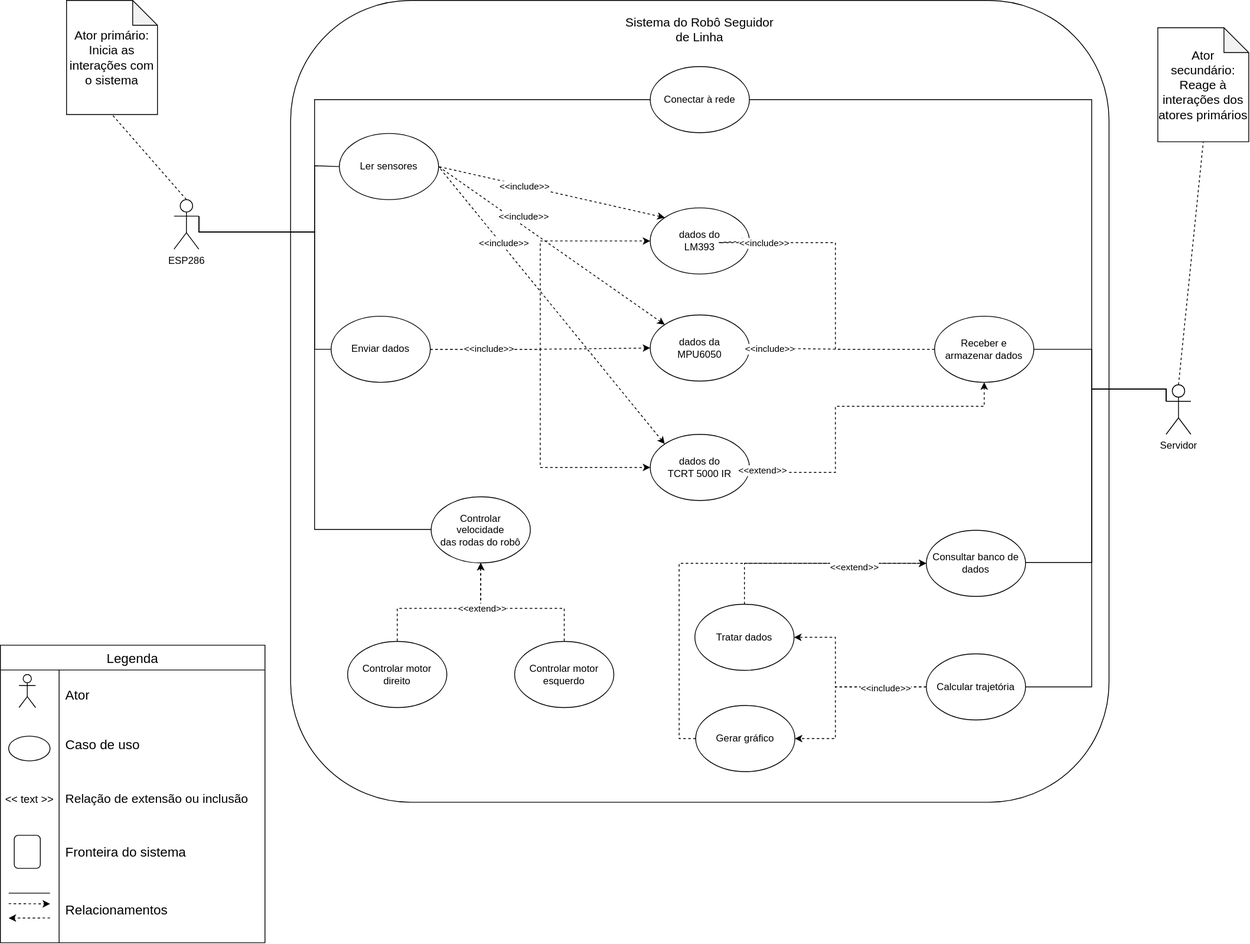
Above: assets/PI1 - Use Cases.drawio.svg in MMcLovin/PI1-2024.1 (draw.io), before the change. Source tidied: cells renumbered, new cells last; positions are measured from the earlier drawing's top-left corner, leaving out a move shared by most shapes.
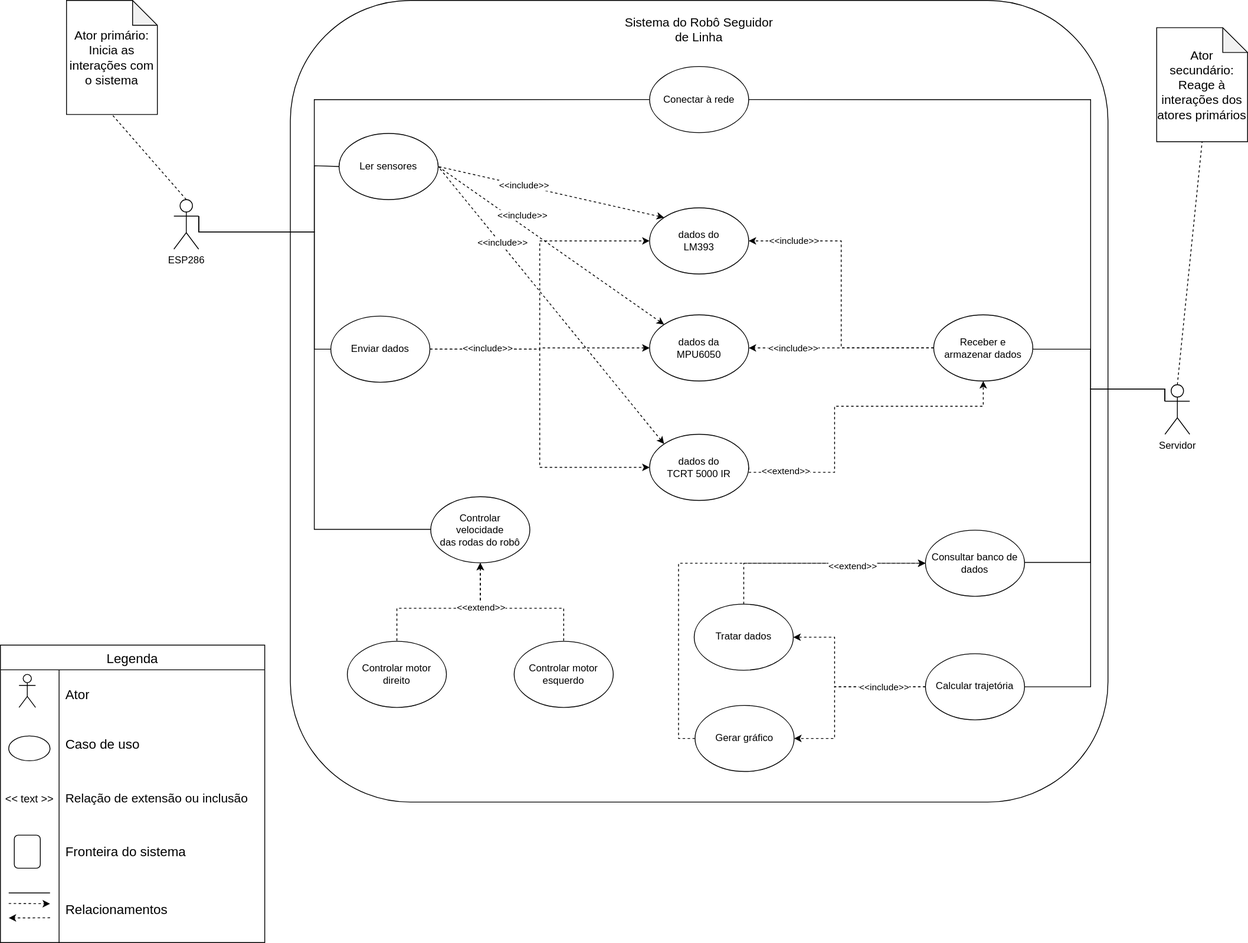
Above is the later version.

Commit message:
agr sim acabou

What changed in the source:
```diff
@@ -121,25 +121,14 @@
     <mxCell id="24" value="dados do&lt;br&gt; LM393 " style="ellipse;whiteSpace=wrap;html=1;" parent="1" vertex="1">
       <mxGeometry x="786" y="251" width="120" height="80" as="geometry" />
     </mxCell>
+    <mxCell id="26" style="edgeStyle=orthogonalEdgeStyle;rounded=0;jettySize=auto;html=1;exitX=0;exitY=0.5;exitDx=0;exitDy=0;dashed=1;" parent="1" edge="1" source="28" target="23">
+      <mxGeometry relative="1" as="geometry" />
+    </mxCell>
     <mxCell id="25" style="edgeStyle=orthogonalEdgeStyle;rounded=0;jettySize=auto;html=1;exitX=0;exitY=0.5;exitDx=0;exitDy=0;entryX=1;entryY=0.5;entryDx=0;entryDy=0;dashed=1;" parent="1" edge="1" source="28" target="24">
-      <mxGeometry relative="1" as="geometry">
-        <Array as="points">
-          <mxPoint x="1010" y="422" />
-          <mxPoint x="1010" y="293" />
-          <mxPoint x="869" y="293" />
-        </Array>
-      </mxGeometry>
+      <mxGeometry relative="1" as="geometry" />
     </mxCell>
-    <mxCell id="26" style="edgeStyle=orthogonalEdgeStyle;rounded=0;jettySize=auto;html=1;exitX=0;exitY=0.5;exitDx=0;exitDy=0;entryX=1;entryY=0.5;entryDx=0;entryDy=0;dashed=1;" parent="1" edge="1" source="28" target="23">
-      <mxGeometry relative="1" as="geometry" />
-    </mxCell>
-    <mxCell id="27" value="&amp;lt;&amp;lt;include&amp;gt;&amp;gt;" style="edgeLabel;html=1;align=center;verticalAlign=middle;" parent="26" vertex="1">
-      <mxGeometry x="-0.5" relative="1" as="geometry">
-        <mxPoint x="-150" y="-129" as="offset" />
-      </mxGeometry>
-    </mxCell>
     <mxCell id="28" value="Receber e &lt;br&gt;armazenar dados" style="ellipse;whiteSpace=wrap;html=1;" parent="1" vertex="1">
-      <mxGeometry x="1130" y="382" width="120" height="80" as="geometry" />
+      <mxGeometry x="1130" y="380.5" width="120" height="80" as="geometry" />
     </mxCell>
     <mxCell id="29" style="edgeStyle=orthogonalEdgeStyle;rounded=0;jettySize=auto;html=1;exitX=0;exitY=0.5;exitDx=0;exitDy=0;entryX=1;entryY=0.5;entryDx=0;entryDy=0;dashed=1;" parent="1" edge="1" source="31" target="38">
       <mxGeometry relative="1" as="geometry">
@@ -170,12 +159,12 @@
       <mxGeometry x="841" y="853" width="120" height="80" as="geometry" />
     </mxCell>
     <mxCell id="35" value="&amp;lt;&amp;lt;extend&amp;gt;&amp;gt;" style="edgeLabel;html=1;align=center;verticalAlign=middle;" parent="1" vertex="1">
-      <mxGeometry x="930.1" y="598.5" as="geometry">
+      <mxGeometry x="960" y="600.5" as="geometry">
         <mxPoint x="-9" y="-31" as="offset" />
       </mxGeometry>
     </mxCell>
     <mxCell id="36" value="&amp;lt;&amp;lt;include&amp;gt;&amp;gt;" style="edgeLabel;html=1;align=center;verticalAlign=middle;" parent="1" vertex="1">
-      <mxGeometry x="930.1" y="420.5" as="geometry" />
+      <mxGeometry x="960" y="420.5" as="geometry" />
     </mxCell>
     <mxCell id="37" style="edgeStyle=orthogonalEdgeStyle;rounded=0;jettySize=auto;html=1;exitX=0.5;exitY=0;exitDx=0;exitDy=0;entryX=0;entryY=0.5;entryDx=0;entryDy=0;dashed=1;" parent="1" edge="1" source="38" target="32">
       <mxGeometry relative="1" as="geometry" />
@@ -338,5 +327,8 @@
     <mxCell id="78" value="&amp;lt;&amp;lt;include&amp;gt;&amp;gt;" style="edgeLabel;html=1;align=center;verticalAlign=middle;" parent="1" vertex="1">
       <mxGeometry x="590" y="420.5" as="geometry" />
     </mxCell>
+    <mxCell id="27" value="&amp;lt;&amp;lt;include&amp;gt;&amp;gt;" style="edgeLabel;html=1;align=center;verticalAlign=middle;" parent="1" vertex="1">
+      <mxGeometry x="961" y="291" as="geometry" />
+    </mxCell>
   </root>
 </mxGraphModel>
```
